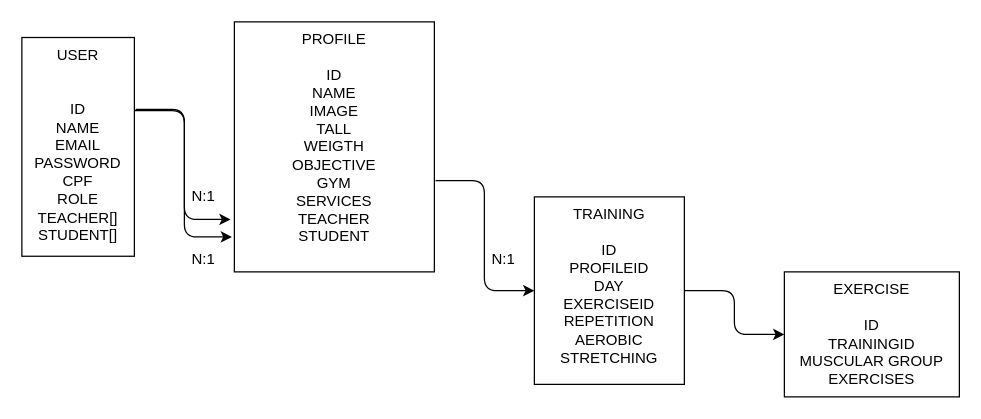
Above: search-healthy/esquema.drawio in iuridantas/Search-healthy (draw.io), before the change. Source tidied: cells renumbered, new cells numbered last; positions are measured from the earlier drawing's top-left corner, leaving out a move shared by most shapes. Both pictures are drawn from the tidied source at 125%, with x=0, y=0 at pixel (21, 21).
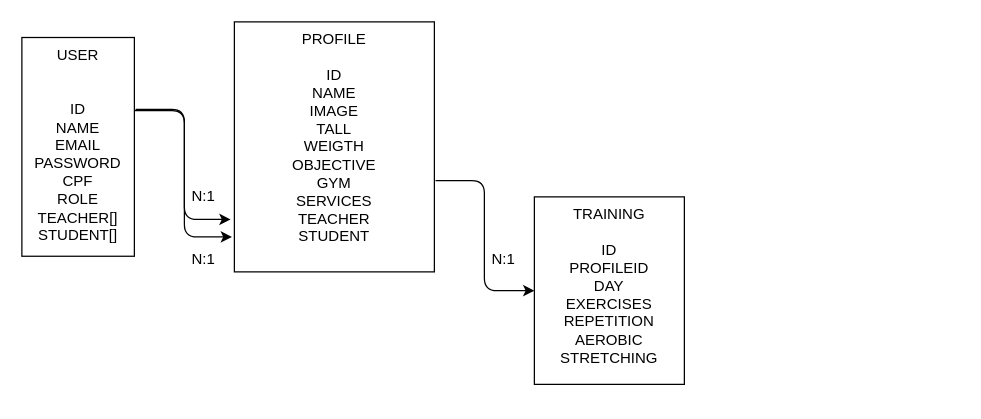
Above is the later version.

Commit message (it also covers changes not shown here):
feat: exercise folder excluded

Diff of the diagram source:
```diff
@@
 <mxGraphModel>
   <root>
     <mxCell id="0" />
     <mxCell id="1" parent="0" />
     <mxCell id="2" style="edgeStyle=orthogonalEdgeStyle;html=1;exitX=1;exitY=0.334;exitDx=0;exitDy=0;entryX=-0.019;entryY=0.79;entryDx=0;entryDy=0;entryPerimeter=0;exitPerimeter=0;" parent="1" edge="1" source="4" target="6">
       <mxGeometry relative="1" as="geometry" />
     </mxCell>
     <mxCell id="3" style="edgeStyle=orthogonalEdgeStyle;html=1;exitX=1.011;exitY=0.329;exitDx=0;exitDy=0;entryX=-0.012;entryY=0.86;entryDx=0;entryDy=0;entryPerimeter=0;exitPerimeter=0;" parent="1" edge="1" source="4" target="6">
       <mxGeometry relative="1" as="geometry" />
     </mxCell>
     <mxCell id="4" value="USER&lt;br&gt;&lt;br&gt;&lt;br&gt;ID&lt;br&gt;NAME&lt;br&gt;EMAIL&lt;br&gt;PASSWORD&lt;br&gt;CPF&lt;br&gt;ROLE&lt;br&gt;TEACHER[]&lt;br&gt;STUDENT[]" style="rounded=0;whiteSpace=wrap;html=1;fillColor=default;verticalAlign=top;" parent="1" vertex="1">
       <mxGeometry y="12.5" width="90" height="175" as="geometry" />
     </mxCell>
     <mxCell id="5" style="edgeStyle=orthogonalEdgeStyle;html=1;entryX=0;entryY=0.5;entryDx=0;entryDy=0;exitX=1.006;exitY=0.635;exitDx=0;exitDy=0;exitPerimeter=0;" parent="1" edge="1" source="6" target="8">
       <mxGeometry relative="1" as="geometry" />
     </mxCell>
     <mxCell id="6" value="PROFILE&lt;br&gt;&lt;br&gt;ID&lt;br&gt;NAME&lt;br&gt;IMAGE&lt;br&gt;TALL&lt;br&gt;WEIGTH&lt;br&gt;OBJECTIVE&lt;br&gt;GYM&lt;br&gt;SERVICES&lt;br&gt;TEACHER&lt;br&gt;STUDENT" style="rounded=0;whiteSpace=wrap;html=1;fillColor=default;verticalAlign=top;" parent="1" vertex="1">
       <mxGeometry x="170" width="160" height="200" as="geometry" />
     </mxCell>
-    <mxCell id="7" style="edgeStyle=orthogonalEdgeStyle;html=1;exitX=1;exitY=0.5;exitDx=0;exitDy=0;entryX=0;entryY=0.5;entryDx=0;entryDy=0;" parent="1" edge="1" source="8" target="12">
-      <mxGeometry relative="1" as="geometry" />
-    </mxCell>
-    <mxCell id="8" value="TRAINING&lt;br&gt;&lt;br&gt;ID&lt;br&gt;PROFILEID&lt;br&gt;DAY&lt;br&gt;EXERCISEID&lt;br&gt;REPETITION&lt;br&gt;AEROBIC&lt;br&gt;STRETCHING" style="rounded=0;whiteSpace=wrap;html=1;fillColor=default;verticalAlign=top;" parent="1" vertex="1">
+    <mxCell id="8" value="TRAINING&lt;br&gt;&lt;br&gt;ID&lt;br&gt;PROFILEID&lt;br&gt;DAY&lt;br&gt;EXERCISES&lt;br&gt;REPETITION&lt;br&gt;AEROBIC&lt;br&gt;STRETCHING" style="rounded=0;whiteSpace=wrap;html=1;fillColor=default;verticalAlign=top;" parent="1" vertex="1">
       <mxGeometry x="410" y="140" width="120" height="150" as="geometry" />
     </mxCell>
     <mxCell id="9" value="N:1" style="text;html=1;align=center;verticalAlign=middle;strokeColor=none;fillColor=none;" parent="1" vertex="1">
       <mxGeometry x="130" y="130" width="30" height="20" as="geometry" />
     </mxCell>
     <mxCell id="10" value="N:1" style="text;html=1;align=center;verticalAlign=middle;strokeColor=none;fillColor=none;" parent="1" vertex="1">
       <mxGeometry x="130" y="180" width="30" height="20" as="geometry" />
     </mxCell>
     <mxCell id="11" value="N:1" style="text;html=1;align=center;verticalAlign=middle;strokeColor=none;fillColor=none;" parent="1" vertex="1">
       <mxGeometry x="370" y="180" width="30" height="20" as="geometry" />
     </mxCell>
-    <mxCell id="12" value="EXERCISE&lt;br&gt;&lt;br&gt;ID&lt;br&gt;TRAININGID&lt;br&gt;MUSCULAR GROUP&lt;br&gt;EXERCISES" style="rounded=0;whiteSpace=wrap;html=1;" parent="1" vertex="1">
-      <mxGeometry x="610" y="200" width="140" height="100" as="geometry" />
-    </mxCell>
   </root>
 </mxGraphModel>
```
